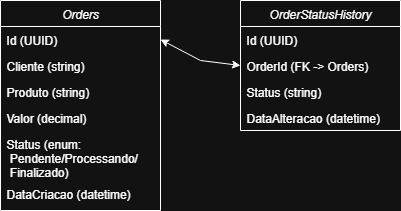
Above: docs/db-diagram.png in LVerola/orders-poc (draw.io), before the change. Source tidied: cells renumbered, new cells last; positions are measured from the earlier drawing's top-left corner, leaving out a move shared by most shapes.
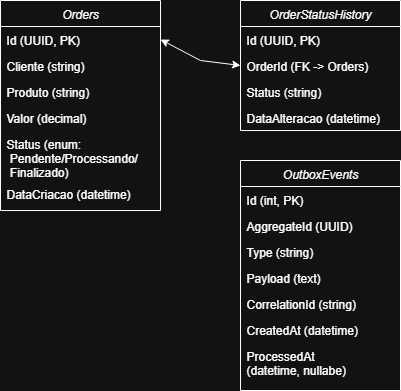
Later version of the same file.

Diff of the diagram source:
```diff
@@ -5,7 +5,7 @@
     <mxCell id="2" value="Orders" style="swimlane;fontStyle=2;align=center;verticalAlign=top;horizontal=1;startSize=26;rounded=0;shadow=0;strokeWidth=1;strokeColor=default;" parent="1" vertex="1">
       <mxGeometry width="160" height="210" as="geometry" />
     </mxCell>
-    <mxCell id="3" value="Id (UUID)" style="text;align=left;verticalAlign=top;spacingLeft=4;spacingRight=4;overflow=hidden;points=[[0,0.5],[1,0.5]];portConstraint=eastwest;" parent="2" vertex="1">
+    <mxCell id="3" value="Id (UUID, PK)" style="text;align=left;verticalAlign=top;spacingLeft=4;spacingRight=4;overflow=hidden;points=[[0,0.5],[1,0.5]];portConstraint=eastwest;" parent="2" vertex="1">
       <mxGeometry y="26" width="160" height="26" as="geometry" />
     </mxCell>
     <mxCell id="4" value="Cliente (string)" style="text;align=left;verticalAlign=top;spacingLeft=4;spacingRight=4;overflow=hidden;rounded=0;shadow=0;html=0;" parent="2" vertex="1">
@@ -26,7 +26,7 @@
     <mxCell id="9" value="OrderStatusHistory" style="swimlane;fontStyle=2;align=center;verticalAlign=top;horizontal=1;startSize=26;rounded=0;shadow=0;strokeWidth=1;strokeColor=default;" parent="1" vertex="1">
       <mxGeometry x="240" width="160" height="130" as="geometry" />
     </mxCell>
-    <mxCell id="10" value="Id (UUID)" style="text;align=left;verticalAlign=top;spacingLeft=4;spacingRight=4;overflow=hidden;" parent="9" vertex="1">
+    <mxCell id="10" value="Id (UUID, PK)" style="text;align=left;verticalAlign=top;spacingLeft=4;spacingRight=4;overflow=hidden;" parent="9" vertex="1">
       <mxGeometry y="26" width="160" height="26" as="geometry" />
     </mxCell>
     <mxCell id="11" value="OrderId (FK -&gt; Orders)" style="text;align=left;verticalAlign=top;spacingLeft=4;spacingRight=4;overflow=hidden;points=[[0,0.5],[1,0.5]];portConstraint=eastwest;rounded=0;shadow=0;html=0;" parent="9" vertex="1">
@@ -45,5 +45,29 @@
         </Array>
       </mxGeometry>
     </mxCell>
+    <mxCell id="15" value="OutboxEvents" style="swimlane;fontStyle=2;align=center;verticalAlign=top;horizontal=1;startSize=26;rounded=0;shadow=0;strokeWidth=1;strokeColor=default;" parent="1" vertex="1">
+      <mxGeometry x="240" y="160" width="160" height="230" as="geometry" />
+    </mxCell>
+    <mxCell id="16" value="Id (int, PK)" style="text;align=left;verticalAlign=top;spacingLeft=4;spacingRight=4;overflow=hidden;" parent="15" vertex="1">
+      <mxGeometry y="26" width="160" height="26" as="geometry" />
+    </mxCell>
+    <mxCell id="17" value="AggregateId (UUID)" style="text;align=left;verticalAlign=top;spacingLeft=4;spacingRight=4;overflow=hidden;rounded=0;shadow=0;html=0;" parent="15" vertex="1">
+      <mxGeometry y="52" width="160" height="26" as="geometry" />
+    </mxCell>
+    <mxCell id="18" value="Type (string)" style="text;align=left;verticalAlign=top;spacingLeft=4;spacingRight=4;overflow=hidden;rounded=0;shadow=0;html=0;" parent="15" vertex="1">
+      <mxGeometry y="78" width="160" height="26" as="geometry" />
+    </mxCell>
+    <mxCell id="19" value="Payload (text)" style="text;align=left;verticalAlign=top;spacingLeft=4;spacingRight=4;overflow=hidden;rounded=0;shadow=0;html=0;" parent="15" vertex="1">
+      <mxGeometry y="104" width="160" height="26" as="geometry" />
+    </mxCell>
+    <mxCell id="20" value="CorrelationId (string)" style="text;align=left;verticalAlign=top;spacingLeft=4;spacingRight=4;overflow=hidden;rounded=0;shadow=0;html=0;" parent="15" vertex="1">
+      <mxGeometry y="130" width="160" height="26" as="geometry" />
+    </mxCell>
+    <mxCell id="21" value="CreatedAt (datetime)" style="text;align=left;verticalAlign=top;spacingLeft=4;spacingRight=4;overflow=hidden;rounded=0;shadow=0;html=0;" parent="15" vertex="1">
+      <mxGeometry y="156" width="160" height="26" as="geometry" />
+    </mxCell>
+    <mxCell id="22" value="ProcessedAt&#10;(datetime, nullabe)" style="text;align=left;verticalAlign=top;spacingLeft=4;spacingRight=4;overflow=hidden;rounded=0;shadow=0;html=0;" parent="15" vertex="1">
+      <mxGeometry y="182" width="160" height="38" as="geometry" />
+    </mxCell>
   </root>
 </mxGraphModel>
```
